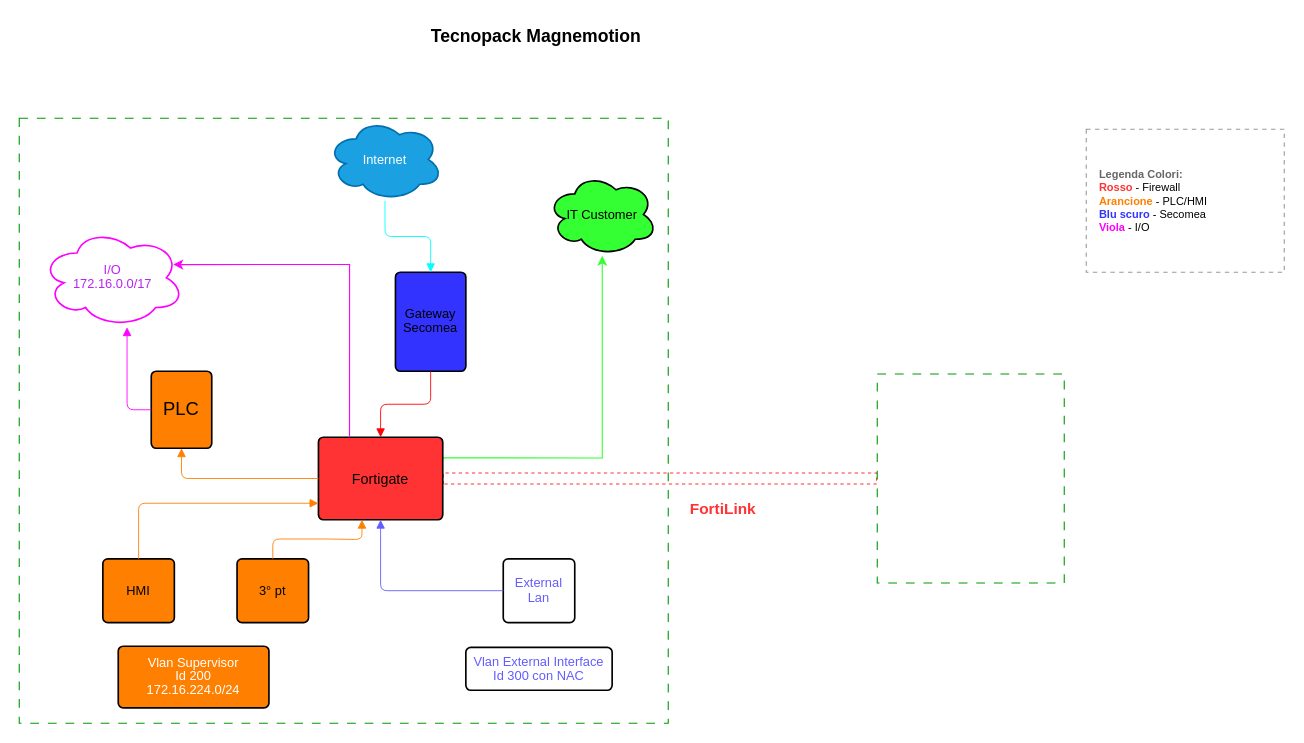
Earlier version of the draw.io diagram page "TPMagnemotion" (2 of 3) of Fortinet Network Layout.drawio (DFFM-maker/Tecnopack_OTS_security). Source tidied: cells renumbered, new cells numbered last; positions are measured from the earlier drawing's top-left corner, leaving out a move shared by most shapes. Both pictures are drawn from the tidied source at 110%, with x=0, y=0 at pixel (19, 19).
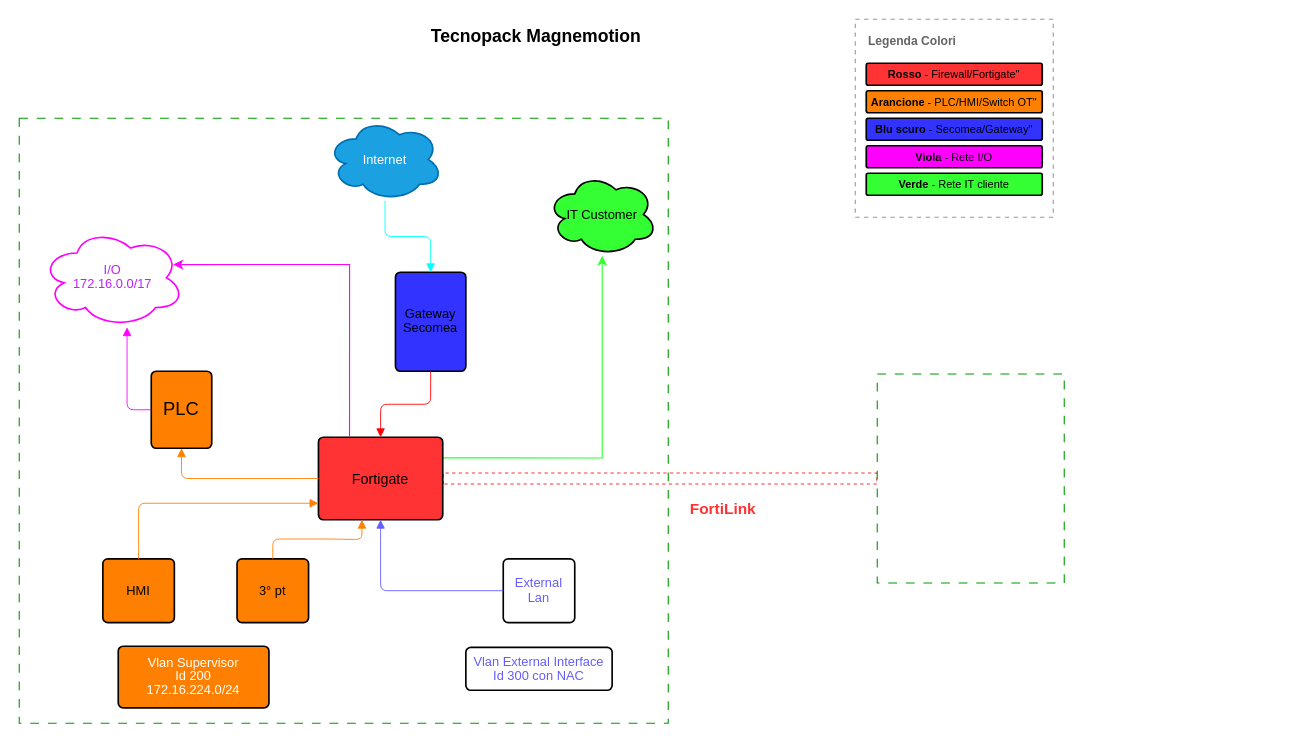
After the change.

The edit, as a diff of the source:
```diff
@@
-    <mxCell id="27" style="rounded=0;whiteSpace=wrap;html=1;dashed=1;dashPattern=4 4;fillColor=none;strokeColor=#999999;" parent="1" vertex="1">
-      <mxGeometry x="970" y="100" width="180" height="130" as="geometry" />
-    </mxCell>
-    <mxCell id="28" value="&lt;div style=&quot;text-align: left; font-size: 10px;&quot;&gt;&lt;span style=&quot;color: #666; font-weight: bold;&quot;&gt;Legenda Colori:&lt;/span&gt;&lt;br&gt;&lt;span style=&quot;color: #FF3333; font-weight: bold;&quot;&gt;Rosso&lt;/span&gt; - Firewall&lt;br&gt;&lt;span style=&quot;color: #FF8000; font-weight: bold;&quot;&gt;Arancione&lt;/span&gt; - PLC/HMI&lt;br&gt;&lt;span style=&quot;color: #3333FF; font-weight: bold;&quot;&gt;Blu scuro&lt;/span&gt; - Secomea&lt;br&gt;&lt;span style=&quot;color: #FF00FF; font-weight: bold;&quot;&gt;Viola&lt;/span&gt; - I/O&lt;/div&gt;" style="text;html=1;whiteSpace=wrap;strokeColor=none;fillColor=none;align=left;verticalAlign=middle;rounded=0;fontSize=9;" parent="1" vertex="1">
-      <mxGeometry x="980" y="110" width="160" height="110" as="geometry" />
-    </mxCell>
+    <mxCell id="29" style="rounded=0;whiteSpace=wrap;html=1;dashed=1;dashPattern=4 4;fillColor=none;strokeColor=#999999;" parent="1" vertex="1">
+      <mxGeometry x="760" width="180" height="180" as="geometry" />
+    </mxCell>
+    <mxCell id="30" value="&lt;font style=&quot;font-size: 11px; color: rgb(100, 100, 100);&quot;&gt;&lt;b&gt;Legenda Colori&lt;/b&gt;&lt;/font&gt;" style="text;html=1;whiteSpace=wrap;strokeColor=none;fillColor=none;align=left;verticalAlign=middle;rounded=0;fontSize=10;fontStyle=1;" parent="1" vertex="1">
+      <mxGeometry x="770" y="10" width="160" height="20" as="geometry" />
+    </mxCell>
+    <mxCell id="31" value="&lt;font style=&quot;font-size: 10px;&quot;&gt;&lt;b&gt;Rosso&lt;/b&gt; - Firewall/Fortigate&quot;" style="html=1;overflow=block;blockSpacing=1;whiteSpace=wrap;strokeOpacity=100;fillOpacity=100;rounded=1;arcSize=9;strokeWidth=1.5;fillColor=#FF3333;" parent="1" vertex="1">
+      <mxGeometry x="770" y="40" width="160" height="20" as="geometry" />
+    </mxCell>
+    <mxCell id="32" value="&lt;font style=&quot;font-size: 10px;&quot;&gt;&lt;b&gt;Arancione&lt;/b&gt; - PLC/HMI/Switch OT&quot;" style="html=1;overflow=block;blockSpacing=1;whiteSpace=wrap;strokeOpacity=100;fillOpacity=100;rounded=1;arcSize=9;strokeWidth=1.5;fillColor=#FF8000;" parent="1" vertex="1">
+      <mxGeometry x="770" y="65" width="160" height="20" as="geometry" />
+    </mxCell>
+    <mxCell id="33" value="&lt;font style=&quot;font-size: 10px;&quot;&gt;&lt;b&gt;Blu scuro&lt;/b&gt; - Secomea/Gateway&quot;" style="html=1;overflow=block;blockSpacing=1;whiteSpace=wrap;strokeOpacity=100;fillOpacity=100;rounded=1;arcSize=9;strokeWidth=1.5;fillColor=#3333FF;" parent="1" vertex="1">
+      <mxGeometry x="770" y="90" width="160" height="20" as="geometry" />
+    </mxCell>
+    <mxCell id="34" value="&lt;font style=&quot;font-size: 10px;&quot;&gt;&lt;b&gt;Viola&lt;/b&gt; - Rete I/O&lt;/font&gt;" style="html=1;overflow=block;blockSpacing=1;whiteSpace=wrap;strokeOpacity=100;fillOpacity=100;rounded=1;arcSize=9;strokeWidth=1.5;fillColor=#FF00FF;" parent="1" vertex="1">
+      <mxGeometry x="770" y="115" width="160" height="20" as="geometry" />
+    </mxCell>
+    <mxCell id="35" value="&lt;font style=&quot;font-size: 10px;&quot;&gt;&lt;b&gt;Verde&lt;/b&gt; - Rete IT cliente&lt;/font&gt;" style="html=1;overflow=block;blockSpacing=1;whiteSpace=wrap;strokeOpacity=100;fillOpacity=100;rounded=1;arcSize=9;strokeWidth=1.5;fillColor=#33FF33;" parent="1" vertex="1">
+      <mxGeometry x="770" y="140" width="160" height="20" as="geometry" />
+    </mxCell>
```
